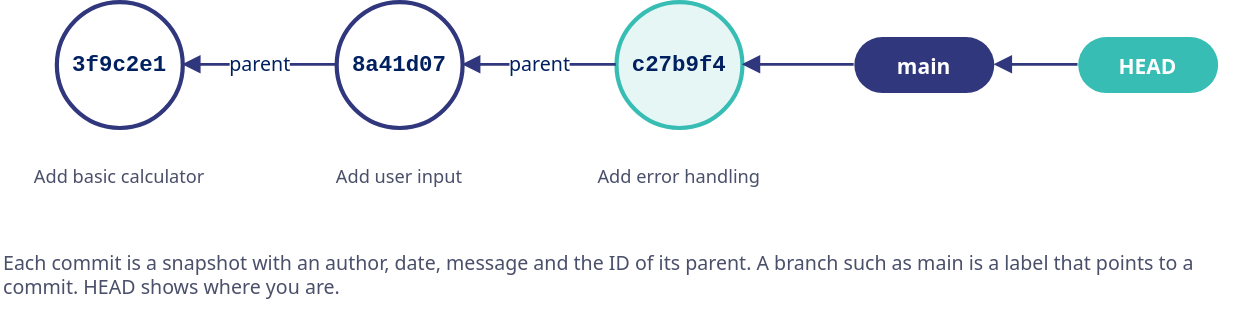
Above: presentation/diagrams/commit-history.drawio.svg in Revolution-Data-Platforms/Introduction-to-Git-Workshop (draw.io), before the change. Source tidied: cells renumbered, new cells last; positions are measured from the earlier drawing's top-left corner, leaving out a move shared by most shapes.
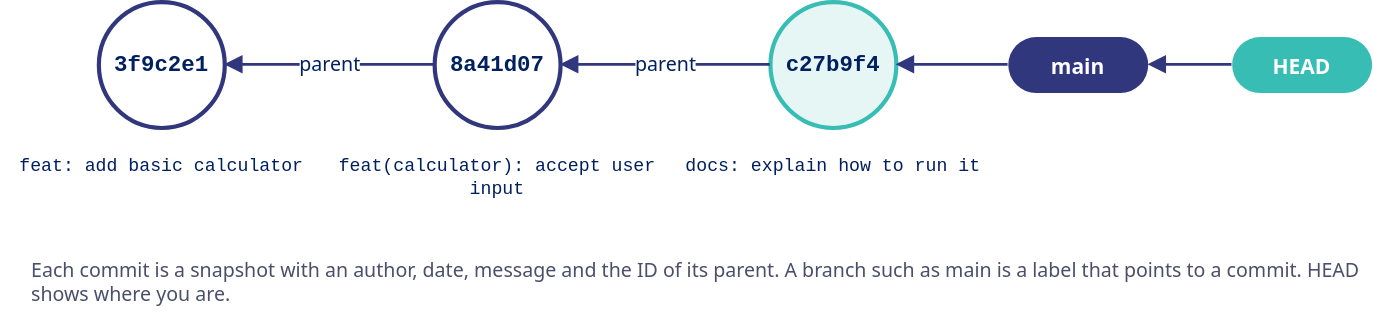
Later version of the same file.

Diff of the diagram source:
```diff
@@ -3,28 +3,28 @@
     <mxCell id="0" />
     <mxCell id="1" parent="0" />
     <mxCell id="2" value="&lt;font face=&quot;Consolas,Menlo,monospace&quot;&gt;3f9c2e1&lt;/font&gt;" style="ellipse;whiteSpace=wrap;html=1;fillColor=#FFFFFF;strokeColor=#31377D;strokeWidth=3;fontColor=#002060;fontSize=16;fontStyle=1;fontFamily=Poppins,Segoe UI,Helvetica,Arial,sans-serif;" parent="1" vertex="1">
-      <mxGeometry x="40" width="90" height="90" as="geometry" />
+      <mxGeometry x="50" width="90" height="90" as="geometry" />
     </mxCell>
     <mxCell id="3" value="&lt;font face=&quot;Consolas,Menlo,monospace&quot;&gt;8a41d07&lt;/font&gt;" style="ellipse;whiteSpace=wrap;html=1;fillColor=#FFFFFF;strokeColor=#31377D;strokeWidth=3;fontColor=#002060;fontSize=16;fontStyle=1;fontFamily=Poppins,Segoe UI,Helvetica,Arial,sans-serif;" parent="1" vertex="1">
-      <mxGeometry x="240" width="90" height="90" as="geometry" />
+      <mxGeometry x="290" width="90" height="90" as="geometry" />
     </mxCell>
     <mxCell id="4" value="&lt;font face=&quot;Consolas,Menlo,monospace&quot;&gt;c27b9f4&lt;/font&gt;" style="ellipse;whiteSpace=wrap;html=1;fillColor=#E6F6F5;strokeColor=#37BDB4;strokeWidth=3;fontColor=#002060;fontSize=16;fontStyle=1;fontFamily=Poppins,Segoe UI,Helvetica,Arial,sans-serif;" parent="1" vertex="1">
-      <mxGeometry x="440" width="90" height="90" as="geometry" />
+      <mxGeometry x="530" width="90" height="90" as="geometry" />
     </mxCell>
-    <mxCell id="5" value="Add basic calculator" style="text;html=1;whiteSpace=wrap;align=left;verticalAlign=middle;fontSize=14;fontColor=#4A4F6A;fontFamily=Poppins,Segoe UI,Helvetica,Arial,sans-serif;align=center;fontSize=13;" parent="1" vertex="1">
-      <mxGeometry y="100" width="170" height="50" as="geometry" />
+    <mxCell id="5" value="&lt;font face=&quot;Consolas,Menlo,monospace&quot;&gt;feat: add basic calculator&lt;/font&gt;" style="text;html=1;whiteSpace=wrap;align=left;verticalAlign=middle;fontSize=14;fontColor=#4A4F6A;fontFamily=Poppins,Segoe UI,Helvetica,Arial,sans-serif;align=center;verticalAlign=top;fontSize=13;fontColor=#002060;" parent="1" vertex="1">
+      <mxGeometry x="-20" y="102" width="230" height="50" as="geometry" />
     </mxCell>
-    <mxCell id="6" value="Add user input" style="text;html=1;whiteSpace=wrap;align=left;verticalAlign=middle;fontSize=14;fontColor=#4A4F6A;fontFamily=Poppins,Segoe UI,Helvetica,Arial,sans-serif;align=center;fontSize=13;" parent="1" vertex="1">
-      <mxGeometry x="200" y="100" width="170" height="50" as="geometry" />
+    <mxCell id="6" value="&lt;font face=&quot;Consolas,Menlo,monospace&quot;&gt;feat(calculator): accept user input&lt;/font&gt;" style="text;html=1;whiteSpace=wrap;align=left;verticalAlign=middle;fontSize=14;fontColor=#4A4F6A;fontFamily=Poppins,Segoe UI,Helvetica,Arial,sans-serif;align=center;verticalAlign=top;fontSize=13;fontColor=#002060;" parent="1" vertex="1">
+      <mxGeometry x="220" y="102" width="230" height="50" as="geometry" />
     </mxCell>
-    <mxCell id="7" value="Add error handling" style="text;html=1;whiteSpace=wrap;align=left;verticalAlign=middle;fontSize=14;fontColor=#4A4F6A;fontFamily=Poppins,Segoe UI,Helvetica,Arial,sans-serif;align=center;fontSize=13;" parent="1" vertex="1">
-      <mxGeometry x="400" y="100" width="170" height="50" as="geometry" />
+    <mxCell id="7" value="&lt;font face=&quot;Consolas,Menlo,monospace&quot;&gt;docs: explain how to run it&lt;/font&gt;" style="text;html=1;whiteSpace=wrap;align=left;verticalAlign=middle;fontSize=14;fontColor=#4A4F6A;fontFamily=Poppins,Segoe UI,Helvetica,Arial,sans-serif;align=center;verticalAlign=top;fontSize=13;fontColor=#002060;" parent="1" vertex="1">
+      <mxGeometry x="460" y="102" width="230" height="50" as="geometry" />
     </mxCell>
     <mxCell id="8" value="main" style="rounded=1;arcSize=50;whiteSpace=wrap;html=1;fillColor=#31377D;strokeColor=none;fontColor=#FFFFFF;fontSize=15;fontStyle=1;fontFamily=Poppins,Segoe UI,Helvetica,Arial,sans-serif;" parent="1" vertex="1">
-      <mxGeometry x="610" y="25" width="100" height="40" as="geometry" />
+      <mxGeometry x="700" y="25" width="100" height="40" as="geometry" />
     </mxCell>
     <mxCell id="9" value="HEAD" style="rounded=1;arcSize=50;whiteSpace=wrap;html=1;fillColor=#37BDB4;strokeColor=none;fontColor=#FFFFFF;fontSize=15;fontStyle=1;fontFamily=Poppins,Segoe UI,Helvetica,Arial,sans-serif;" parent="1" vertex="1">
-      <mxGeometry x="770" y="25" width="100" height="40" as="geometry" />
+      <mxGeometry x="860" y="25" width="100" height="40" as="geometry" />
     </mxCell>
     <mxCell id="10" value="parent" style="html=1;endArrow=block;endFill=1;endSize=8;strokeColor=#31377D;strokeWidth=2;fontSize=14;fontColor=#002060;labelBackgroundColor=#FFFFFF;fontFamily=Poppins,Segoe UI,Helvetica,Arial,sans-serif;" parent="1" edge="1" source="4" target="3">
       <mxGeometry relative="1" as="geometry" />
@@ -39,7 +39,7 @@
       <mxGeometry relative="1" as="geometry" />
     </mxCell>
     <mxCell id="14" value="Each commit is a snapshot with an author, date, message and the ID of its parent. A branch such as main is a label that points to a commit. HEAD shows where you are." style="text;html=1;whiteSpace=wrap;align=left;verticalAlign=middle;fontSize=14;fontColor=#4A4F6A;fontFamily=Poppins,Segoe UI,Helvetica,Arial,sans-serif;" parent="1" vertex="1">
-      <mxGeometry y="165" width="880" height="60" as="geometry" />
+      <mxGeometry y="170" width="960" height="60" as="geometry" />
     </mxCell>
   </root>
 </mxGraphModel>
```
